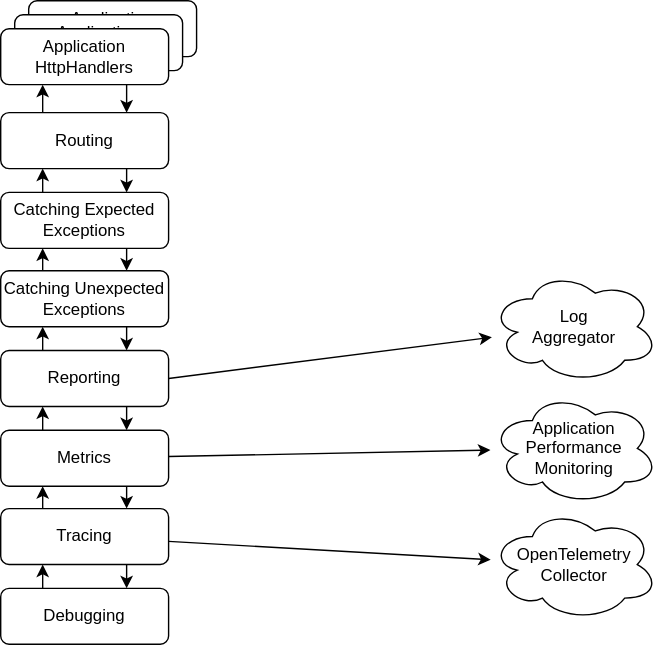
learn-http4k-with-tests/learn-http4k-with-tests.github.io keeps this draw.io diagram as book/chapters/server-filter-stack.drawio.svg. Above is the earlier version. Source tidied: cells renumbered, new cells last; positions are measured from the earlier drawing's top-left corner, leaving out a move shared by most shapes.
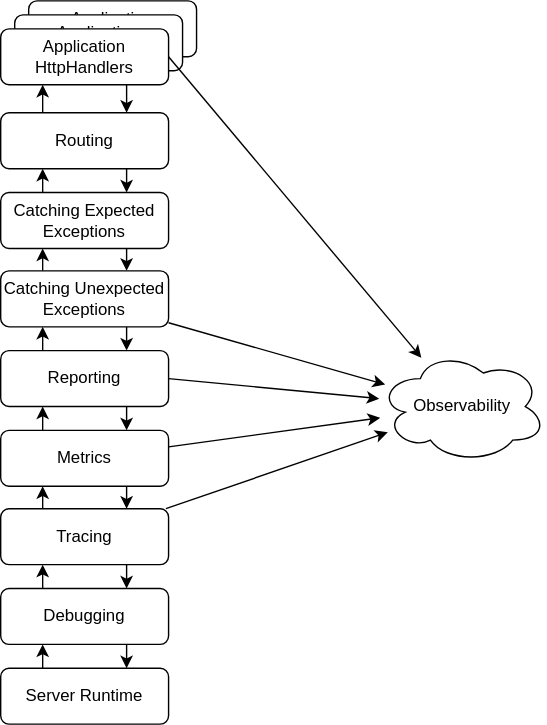
After the commit.

The edit, as a diff of the source:
```diff
@@ -2,70 +2,73 @@
   <root>
     <mxCell id="0" />
     <mxCell id="1" parent="0" />
-    <mxCell id="2" style="edgeStyle=none;rounded=0;jettySize=auto;html=1;exitX=0.25;exitY=0;exitDx=0;exitDy=0;entryX=0.25;entryY=1;entryDx=0;entryDy=0;" parent="1" edge="1" source="4" target="28">
+    <mxCell id="2" style="rounded=0;jettySize=auto;html=1;exitX=0.25;exitY=0;exitDx=0;exitDy=0;entryX=0.25;entryY=1;entryDx=0;entryDy=0;" parent="1" edge="1" source="4" target="28">
       <mxGeometry relative="1" as="geometry" />
     </mxCell>
-    <mxCell id="3" style="edgeStyle=none;rounded=0;jettySize=auto;html=1;exitX=0.75;exitY=1;exitDx=0;exitDy=0;entryX=0.75;entryY=0;entryDx=0;entryDy=0;" parent="1" edge="1" source="4" target="24">
+    <mxCell id="3" style="rounded=0;jettySize=auto;html=1;exitX=0.75;exitY=1;exitDx=0;exitDy=0;entryX=0.75;entryY=0;entryDx=0;entryDy=0;" parent="1" edge="1" source="4" target="24">
       <mxGeometry relative="1" as="geometry" />
     </mxCell>
     <mxCell id="4" value="Routing" style="rounded=1;whiteSpace=wrap;html=1;" parent="1" vertex="1">
       <mxGeometry y="80" width="120" height="40" as="geometry" />
     </mxCell>
-    <mxCell id="5" style="edgeStyle=orthogonalEdgeStyle;rounded=0;jettySize=auto;html=1;exitX=0.25;exitY=0;exitDx=0;exitDy=0;entryX=0.25;entryY=1;entryDx=0;entryDy=0;" parent="1" edge="1" source="7" target="24">
+    <mxCell id="5" style="rounded=0;jettySize=auto;html=1;exitX=0.25;exitY=0;exitDx=0;exitDy=0;entryX=0.25;entryY=1;entryDx=0;entryDy=0;" parent="1" edge="1" source="7" target="24">
       <mxGeometry relative="1" as="geometry" />
     </mxCell>
-    <mxCell id="6" style="edgeStyle=none;rounded=0;jettySize=auto;html=1;exitX=0.75;exitY=1;exitDx=0;exitDy=0;entryX=0.75;entryY=0;entryDx=0;entryDy=0;" parent="1" edge="1" source="7" target="11">
+    <mxCell id="6" style="rounded=0;jettySize=auto;html=1;exitX=0.75;exitY=1;exitDx=0;exitDy=0;entryX=0.75;entryY=0;entryDx=0;entryDy=0;" parent="1" edge="1" source="7" target="11">
       <mxGeometry relative="1" as="geometry" />
     </mxCell>
+    <mxCell id="32" style="edgeStyle=none;rounded=0;jettySize=auto;html=1;" parent="1" edge="1" source="7" target="31">
+      <mxGeometry relative="1" as="geometry" />
+    </mxCell>
     <mxCell id="7" value="Catching Unexpected&lt;br&gt;Exceptions" style="rounded=1;whiteSpace=wrap;html=1;" parent="1" vertex="1">
       <mxGeometry y="193" width="120" height="40" as="geometry" />
     </mxCell>
-    <mxCell id="8" style="edgeStyle=orthogonalEdgeStyle;rounded=0;jettySize=auto;html=1;exitX=0.25;exitY=0;exitDx=0;exitDy=0;entryX=0.25;entryY=1;entryDx=0;entryDy=0;" parent="1" edge="1" source="11" target="7">
+    <mxCell id="8" style="rounded=0;jettySize=auto;html=1;exitX=0.25;exitY=0;exitDx=0;exitDy=0;entryX=0.25;entryY=1;entryDx=0;entryDy=0;" parent="1" edge="1" source="11" target="7">
       <mxGeometry relative="1" as="geometry" />
     </mxCell>
-    <mxCell id="9" style="edgeStyle=none;rounded=0;jettySize=auto;html=1;exitX=0.75;exitY=1;exitDx=0;exitDy=0;entryX=0.75;entryY=0;entryDx=0;entryDy=0;" parent="1" edge="1" source="11" target="15">
+    <mxCell id="9" style="rounded=0;jettySize=auto;html=1;exitX=0.75;exitY=1;exitDx=0;exitDy=0;entryX=0.75;entryY=0;entryDx=0;entryDy=0;" parent="1" edge="1" source="11" target="15">
       <mxGeometry relative="1" as="geometry" />
     </mxCell>
-    <mxCell id="10" style="edgeStyle=none;rounded=0;jettySize=auto;html=1;exitX=1;exitY=0.5;exitDx=0;exitDy=0;" parent="1" edge="1" source="11" target="31">
+    <mxCell id="10" style="rounded=0;jettySize=auto;html=1;exitX=1;exitY=0.5;exitDx=0;exitDy=0;" parent="1" edge="1" source="11" target="31">
       <mxGeometry relative="1" as="geometry" />
     </mxCell>
     <mxCell id="11" value="Reporting" style="rounded=1;whiteSpace=wrap;html=1;" parent="1" vertex="1">
       <mxGeometry y="250" width="120" height="40" as="geometry" />
     </mxCell>
-    <mxCell id="12" style="edgeStyle=orthogonalEdgeStyle;rounded=0;jettySize=auto;html=1;exitX=0.25;exitY=0;exitDx=0;exitDy=0;entryX=0.25;entryY=1;entryDx=0;entryDy=0;" parent="1" edge="1" source="15" target="11">
+    <mxCell id="12" style="rounded=0;jettySize=auto;html=1;exitX=0.25;exitY=0;exitDx=0;exitDy=0;entryX=0.25;entryY=1;entryDx=0;entryDy=0;" parent="1" edge="1" source="15" target="11">
       <mxGeometry relative="1" as="geometry" />
     </mxCell>
-    <mxCell id="13" style="edgeStyle=none;rounded=0;jettySize=auto;html=1;exitX=0.75;exitY=1;exitDx=0;exitDy=0;entryX=0.75;entryY=0;entryDx=0;entryDy=0;" parent="1" edge="1" source="15" target="21">
+    <mxCell id="13" style="rounded=0;jettySize=auto;html=1;exitX=0.75;exitY=1;exitDx=0;exitDy=0;entryX=0.75;entryY=0;entryDx=0;entryDy=0;" parent="1" edge="1" source="15" target="21">
       <mxGeometry relative="1" as="geometry" />
     </mxCell>
-    <mxCell id="14" style="edgeStyle=none;rounded=0;jettySize=auto;html=1;" parent="1" edge="1" source="15" target="30">
+    <mxCell id="14" style="rounded=0;jettySize=auto;html=1;" parent="1" edge="1" source="15" target="31">
       <mxGeometry relative="1" as="geometry" />
     </mxCell>
     <mxCell id="15" value="Metrics" style="rounded=1;whiteSpace=wrap;html=1;" parent="1" vertex="1">
       <mxGeometry y="307" width="120" height="40" as="geometry" />
     </mxCell>
-    <mxCell id="16" style="edgeStyle=orthogonalEdgeStyle;rounded=0;jettySize=auto;html=1;exitX=0.25;exitY=0;exitDx=0;exitDy=0;entryX=0.25;entryY=1;entryDx=0;entryDy=0;" parent="1" edge="1" source="17" target="21">
+    <mxCell id="16" style="rounded=0;jettySize=auto;html=1;exitX=0.25;exitY=0;exitDx=0;exitDy=0;entryX=0.25;entryY=1;entryDx=0;entryDy=0;" parent="1" edge="1" source="17" target="21">
       <mxGeometry relative="1" as="geometry" />
     </mxCell>
     <mxCell id="17" value="Debugging" style="rounded=1;whiteSpace=wrap;html=1;" parent="1" vertex="1">
       <mxGeometry y="420" width="120" height="40" as="geometry" />
     </mxCell>
-    <mxCell id="18" style="edgeStyle=orthogonalEdgeStyle;rounded=0;jettySize=auto;html=1;exitX=0.25;exitY=0;exitDx=0;exitDy=0;entryX=0.25;entryY=1;entryDx=0;entryDy=0;" parent="1" edge="1" source="21" target="15">
+    <mxCell id="18" style="rounded=0;jettySize=auto;html=1;exitX=0.25;exitY=0;exitDx=0;exitDy=0;entryX=0.25;entryY=1;entryDx=0;entryDy=0;" parent="1" edge="1" source="21" target="15">
       <mxGeometry relative="1" as="geometry" />
     </mxCell>
-    <mxCell id="19" style="edgeStyle=none;rounded=0;jettySize=auto;html=1;exitX=0.75;exitY=1;exitDx=0;exitDy=0;entryX=0.75;entryY=0;entryDx=0;entryDy=0;" parent="1" edge="1" source="21" target="17">
+    <mxCell id="19" style="rounded=0;jettySize=auto;html=1;exitX=0.75;exitY=1;exitDx=0;exitDy=0;entryX=0.75;entryY=0;entryDx=0;entryDy=0;" parent="1" edge="1" source="21" target="17">
       <mxGeometry relative="1" as="geometry" />
     </mxCell>
-    <mxCell id="20" style="edgeStyle=none;rounded=0;jettySize=auto;html=1;" parent="1" edge="1" source="21" target="29">
+    <mxCell id="20" style="rounded=0;jettySize=auto;html=1;" parent="1" edge="1" source="21" target="31">
       <mxGeometry relative="1" as="geometry" />
     </mxCell>
     <mxCell id="21" value="Tracing" style="rounded=1;whiteSpace=wrap;html=1;" parent="1" vertex="1">
       <mxGeometry y="363" width="120" height="40" as="geometry" />
     </mxCell>
-    <mxCell id="22" style="edgeStyle=orthogonalEdgeStyle;rounded=0;jettySize=auto;html=1;exitX=0.25;exitY=0;exitDx=0;exitDy=0;entryX=0.25;entryY=1;entryDx=0;entryDy=0;" parent="1" edge="1" source="24" target="4">
+    <mxCell id="22" style="rounded=0;jettySize=auto;html=1;exitX=0.25;exitY=0;exitDx=0;exitDy=0;entryX=0.25;entryY=1;entryDx=0;entryDy=0;" parent="1" edge="1" source="24" target="4">
       <mxGeometry relative="1" as="geometry" />
     </mxCell>
-    <mxCell id="23" style="edgeStyle=none;rounded=0;jettySize=auto;html=1;exitX=0.75;exitY=1;exitDx=0;exitDy=0;entryX=0.75;entryY=0;entryDx=0;entryDy=0;" parent="1" edge="1" source="24" target="7">
+    <mxCell id="23" style="rounded=0;jettySize=auto;html=1;exitX=0.75;exitY=1;exitDx=0;exitDy=0;entryX=0.75;entryY=0;entryDx=0;entryDy=0;" parent="1" edge="1" source="24" target="7">
       <mxGeometry relative="1" as="geometry" />
     </mxCell>
     <mxCell id="24" value="Catching Expected&lt;br&gt;Exceptions" style="rounded=1;whiteSpace=wrap;html=1;" parent="1" vertex="1">
@@ -77,20 +80,30 @@
     <mxCell id="26" value="Application HttpHandler" style="rounded=1;whiteSpace=wrap;html=1;" parent="1" vertex="1">
       <mxGeometry x="10" y="10" width="120" height="40" as="geometry" />
     </mxCell>
-    <mxCell id="27" style="edgeStyle=none;rounded=0;jettySize=auto;html=1;exitX=0.75;exitY=1;exitDx=0;exitDy=0;entryX=0.75;entryY=0;entryDx=0;entryDy=0;" parent="1" edge="1" source="28" target="4">
+    <mxCell id="27" style="rounded=0;jettySize=auto;html=1;exitX=0.75;exitY=1;exitDx=0;exitDy=0;entryX=0.75;entryY=0;entryDx=0;entryDy=0;" parent="1" edge="1" source="28" target="4">
       <mxGeometry relative="1" as="geometry" />
     </mxCell>
+    <mxCell id="33" style="edgeStyle=none;rounded=0;jettySize=auto;html=1;exitX=1;exitY=0.5;exitDx=0;exitDy=0;" parent="1" edge="1" source="28" target="31">
+      <mxGeometry relative="1" as="geometry" />
+    </mxCell>
     <mxCell id="28" value="Application&lt;br&gt;HttpHandlers" style="rounded=1;whiteSpace=wrap;html=1;" parent="1" vertex="1">
       <mxGeometry y="20" width="120" height="40" as="geometry" />
     </mxCell>
-    <mxCell id="29" value="OpenTelemetry&lt;br&gt;Collector" style="ellipse;shape=cloud;whiteSpace=wrap;html=1;" parent="1" vertex="1">
-      <mxGeometry x="350" y="363" width="120" height="80" as="geometry" />
-    </mxCell>
-    <mxCell id="30" value="Application&lt;br&gt;Performance&lt;br&gt;Monitoring" style="ellipse;shape=cloud;whiteSpace=wrap;html=1;" parent="1" vertex="1">
-      <mxGeometry x="350" y="280" width="120" height="80" as="geometry" />
-    </mxCell>
-    <mxCell id="31" value="Log&lt;br&gt;Aggregator" style="ellipse;shape=cloud;whiteSpace=wrap;html=1;" parent="1" vertex="1">
-      <mxGeometry x="350" y="193" width="120" height="80" as="geometry" />
+    <mxCell id="31" value="Observability" style="ellipse;shape=cloud;whiteSpace=wrap;html=1;" parent="1" vertex="1">
+      <mxGeometry x="270" y="250" width="120" height="80" as="geometry" />
     </mxCell>
+    <mxCell id="34" style="rounded=0;jettySize=auto;html=1;exitX=0.25;exitY=0;exitDx=0;exitDy=0;" parent="1" edge="1" source="35">
+      <mxGeometry relative="1" as="geometry">
+        <mxPoint x="30" y="460" as="targetPoint" />
+      </mxGeometry>
+    </mxCell>
+    <mxCell id="35" value="Server Runtime" style="rounded=1;whiteSpace=wrap;html=1;" parent="1" vertex="1">
+      <mxGeometry y="477" width="120" height="40" as="geometry" />
+    </mxCell>
+    <mxCell id="36" style="rounded=0;jettySize=auto;html=1;exitX=0.75;exitY=1;exitDx=0;exitDy=0;entryX=0.75;entryY=0;entryDx=0;entryDy=0;" parent="1" edge="1" target="35">
+      <mxGeometry relative="1" as="geometry">
+        <mxPoint x="90" y="460" as="sourcePoint" />
+      </mxGeometry>
+    </mxCell>
   </root>
 </mxGraphModel>
```
